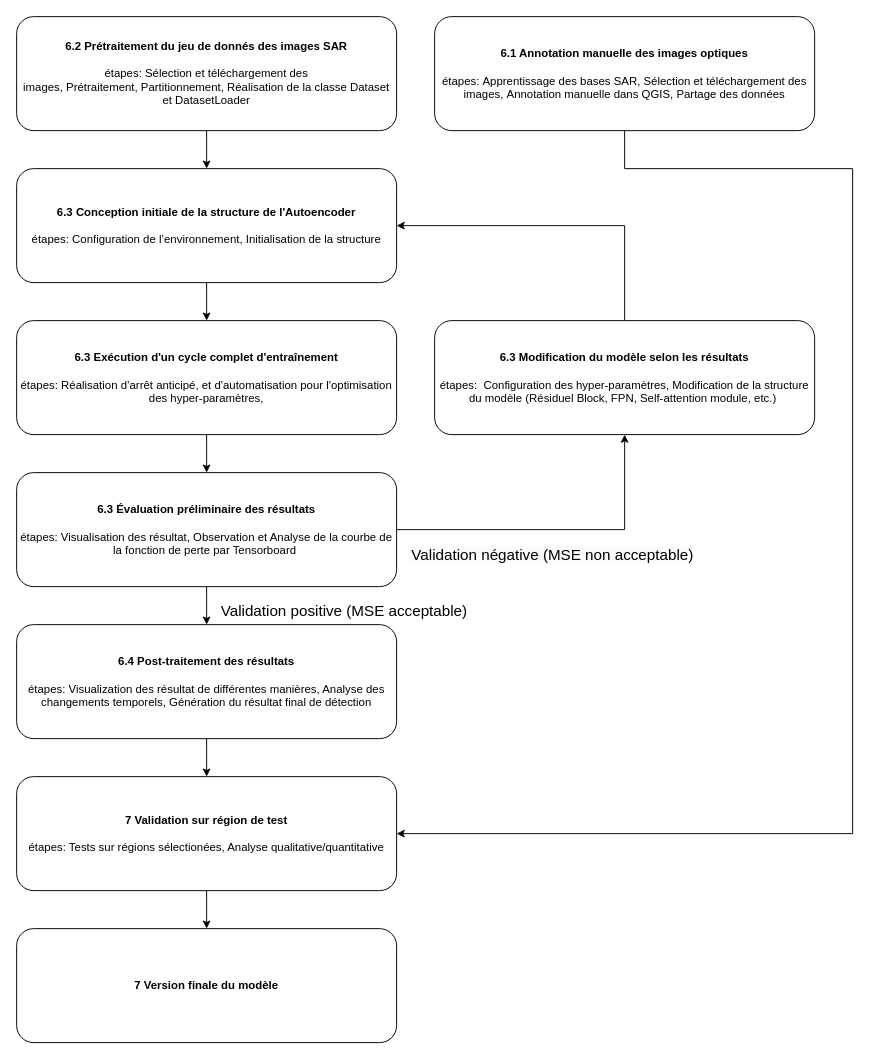
ZhangYiFan2003/SAR_Deforestation_Detection_Autoencoder keeps this draw.io diagram as report/flow_chart/flow_chart.drawio. Above is the earlier version. Source tidied: cells renumbered, new cells numbered last; positions are measured from the earlier drawing's top-left corner, leaving out a move shared by most shapes. Both pictures are drawn from the tidied source at 95%, with x=0, y=0 at pixel (16, 16).
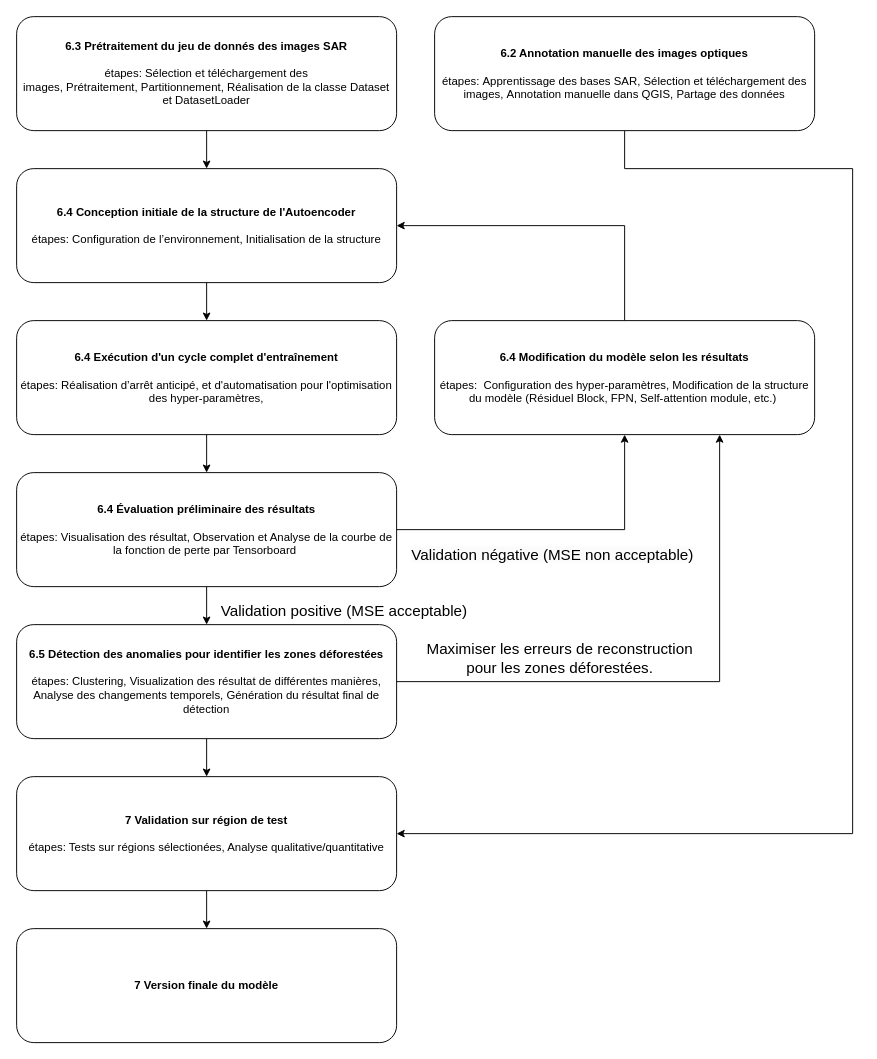
Above is the later version.

Commit message (it also covers changes not shown here):
update the evaluate function and the flow chart

Change to the diagram source:
```diff
@@
-    <mxCell id="3" value="&lt;b&gt;6.1 Annotation manuelle des images optiques&lt;/b&gt;&lt;div&gt;&lt;br&gt;&lt;/div&gt;&lt;div&gt;étapes:&amp;nbsp;Apprentissage des bases SAR,&amp;nbsp;Sélection et téléchargement des images,&amp;nbsp;Annotation manuelle dans QGIS,&amp;nbsp;Partage des données&lt;/div&gt;" style="rounded=1;whiteSpace=wrap;html=1;fontSize=12;glass=0;strokeWidth=1;shadow=0;" parent="1" vertex="1">
+    <mxCell id="3" value="&lt;b&gt;6.2 Annotation manuelle des images optiques&lt;/b&gt;&lt;div&gt;&lt;br&gt;&lt;/div&gt;&lt;div&gt;étapes:&amp;nbsp;Apprentissage des bases SAR,&amp;nbsp;Sélection et téléchargement des images,&amp;nbsp;Annotation manuelle dans QGIS,&amp;nbsp;Partage des données&lt;/div&gt;" style="rounded=1;whiteSpace=wrap;html=1;fontSize=12;glass=0;strokeWidth=1;shadow=0;" parent="1" vertex="1">
       <mxGeometry x="440" width="400" height="120" as="geometry" />
     </mxCell>
-    <mxCell id="4" value="&lt;b&gt;6.2 Prétraitement du jeu de donnés des images SAR&lt;/b&gt;&lt;div&gt;&lt;b&gt;&lt;br&gt;&lt;/b&gt;&lt;/div&gt;&lt;div&gt;étapes:&amp;nbsp;&lt;span style=&quot;background-color: transparent; color: light-dark(rgb(0, 0, 0), rgb(255, 255, 255));&quot;&gt;Sélection et téléchargement des images,&amp;nbsp;&lt;/span&gt;&lt;span style=&quot;background-color: transparent; color: light-dark(rgb(0, 0, 0), rgb(255, 255, 255));&quot;&gt;Prétraitement,&amp;nbsp;&lt;/span&gt;&lt;span style=&quot;background-color: transparent; color: light-dark(rgb(0, 0, 0), rgb(255, 255, 255));&quot;&gt;Partitionnement, Réalisation de la classe Dataset et DatasetLoader&lt;/span&gt;&lt;/div&gt;" style="rounded=1;whiteSpace=wrap;html=1;fontSize=12;glass=0;strokeWidth=1;shadow=0;" parent="1" vertex="1">
+    <mxCell id="4" value="&lt;b&gt;6.3 Prétraitement du jeu de donnés des images SAR&lt;/b&gt;&lt;div&gt;&lt;b&gt;&lt;br&gt;&lt;/b&gt;&lt;/div&gt;&lt;div&gt;étapes:&amp;nbsp;&lt;span style=&quot;background-color: transparent; color: light-dark(rgb(0, 0, 0), rgb(255, 255, 255));&quot;&gt;Sélection et téléchargement des images,&amp;nbsp;&lt;/span&gt;&lt;span style=&quot;background-color: transparent; color: light-dark(rgb(0, 0, 0), rgb(255, 255, 255));&quot;&gt;Prétraitement,&amp;nbsp;&lt;/span&gt;&lt;span style=&quot;background-color: transparent; color: light-dark(rgb(0, 0, 0), rgb(255, 255, 255));&quot;&gt;Partitionnement, Réalisation de la classe Dataset et DatasetLoader&lt;/span&gt;&lt;/div&gt;" style="rounded=1;whiteSpace=wrap;html=1;fontSize=12;glass=0;strokeWidth=1;shadow=0;" parent="1" vertex="1">
       <mxGeometry width="400" height="120" as="geometry" />
     </mxCell>
@@
-    <mxCell id="6" value="&lt;b&gt;6.3 Conception initiale de la structure de l'Autoencoder&lt;/b&gt;&lt;div&gt;&lt;b&gt;&lt;br&gt;&lt;/b&gt;&lt;/div&gt;&lt;div&gt;étapes: Configuration de l’environnement, Initialisation de la structure&lt;/div&gt;" style="rounded=1;whiteSpace=wrap;html=1;fontSize=12;glass=0;strokeWidth=1;shadow=0;" parent="1" vertex="1">
+    <mxCell id="6" value="&lt;b&gt;6.4 Conception initiale de la structure de l'Autoencoder&lt;/b&gt;&lt;div&gt;&lt;b&gt;&lt;br&gt;&lt;/b&gt;&lt;/div&gt;&lt;div&gt;étapes: Configuration de l’environnement, Initialisation de la structure&lt;/div&gt;" style="rounded=1;whiteSpace=wrap;html=1;fontSize=12;glass=0;strokeWidth=1;shadow=0;" parent="1" vertex="1">
       <mxGeometry y="160" width="400" height="120" as="geometry" />
     </mxCell>
@@
-    <mxCell id="8" value="&lt;b&gt;6.3 Exécution d'un cycle complet d'entraînement&lt;/b&gt;&lt;div&gt;&lt;b&gt;&lt;br&gt;&lt;/b&gt;&lt;/div&gt;&lt;div&gt;étapes:&amp;nbsp;&lt;span style=&quot;background-color: transparent; color: light-dark(rgb(0, 0, 0), rgb(255, 255, 255));&quot;&gt;Réalisation d’arrêt anticipé, et d'automatisation pour l'optimisation des hyper-paramètres,&lt;/span&gt;&lt;/div&gt;" style="rounded=1;whiteSpace=wrap;html=1;fontSize=12;glass=0;strokeWidth=1;shadow=0;" parent="1" vertex="1">
+    <mxCell id="8" value="&lt;b&gt;6.4 Exécution d'un cycle complet d'entraînement&lt;/b&gt;&lt;div&gt;&lt;b&gt;&lt;br&gt;&lt;/b&gt;&lt;/div&gt;&lt;div&gt;étapes:&amp;nbsp;&lt;span style=&quot;background-color: transparent; color: light-dark(rgb(0, 0, 0), rgb(255, 255, 255));&quot;&gt;Réalisation d’arrêt anticipé, et d'automatisation pour l'optimisation des hyper-paramètres,&lt;/span&gt;&lt;/div&gt;" style="rounded=1;whiteSpace=wrap;html=1;fontSize=12;glass=0;strokeWidth=1;shadow=0;" parent="1" vertex="1">
       <mxGeometry y="320" width="400" height="120" as="geometry" />
     </mxCell>
@@
-    <mxCell id="11" value="&lt;b&gt;6.3 Évaluation préliminaire des résultats&lt;/b&gt;&lt;div&gt;&lt;b&gt;&lt;br&gt;&lt;/b&gt;&lt;/div&gt;&lt;div&gt;étapes: Visualisation des résultat, Observation et Analyse de la courbe de la fonction de perte par Tensorboard&amp;nbsp;&lt;/div&gt;" style="rounded=1;whiteSpace=wrap;html=1;fontSize=12;glass=0;strokeWidth=1;shadow=0;" parent="1" vertex="1">
+    <mxCell id="11" value="&lt;b&gt;6.4 Évaluation préliminaire des résultats&lt;/b&gt;&lt;div&gt;&lt;b&gt;&lt;br&gt;&lt;/b&gt;&lt;/div&gt;&lt;div&gt;étapes: Visualisation des résultat, Observation et Analyse de la courbe de la fonction de perte par Tensorboard&amp;nbsp;&lt;/div&gt;" style="rounded=1;whiteSpace=wrap;html=1;fontSize=12;glass=0;strokeWidth=1;shadow=0;" parent="1" vertex="1">
       <mxGeometry y="480" width="400" height="120" as="geometry" />
     </mxCell>
@@
-    <mxCell id="14" value="&lt;b&gt;6.3 Modification du modèle selon les résultats&lt;/b&gt;&lt;div&gt;&lt;b&gt;&lt;br&gt;&lt;/b&gt;&lt;/div&gt;&lt;div&gt;étapes:&amp;nbsp;&amp;nbsp;&lt;span style=&quot;background-color: transparent; color: light-dark(rgb(0, 0, 0), rgb(255, 255, 255));&quot;&gt;Configuration des hyper-paramètres,&amp;nbsp;&lt;/span&gt;&lt;span style=&quot;background-color: transparent; color: light-dark(rgb(0, 0, 0), rgb(255, 255, 255));&quot;&gt;Modification de la structure du modèle (Résiduel Block, FPN, Self-attention module, etc.)&amp;nbsp;&lt;/span&gt;&lt;/div&gt;" style="rounded=1;whiteSpace=wrap;html=1;fontSize=12;glass=0;strokeWidth=1;shadow=0;" parent="1" vertex="1">
+    <mxCell id="14" value="&lt;b&gt;6.4 Modification du modèle selon les résultats&lt;/b&gt;&lt;div&gt;&lt;b&gt;&lt;br&gt;&lt;/b&gt;&lt;/div&gt;&lt;div&gt;étapes:&amp;nbsp;&amp;nbsp;&lt;span style=&quot;background-color: transparent; color: light-dark(rgb(0, 0, 0), rgb(255, 255, 255));&quot;&gt;Configuration des hyper-paramètres,&amp;nbsp;&lt;/span&gt;&lt;span style=&quot;background-color: transparent; color: light-dark(rgb(0, 0, 0), rgb(255, 255, 255));&quot;&gt;Modification de la structure du modèle (Résiduel Block, FPN, Self-attention module, etc.)&amp;nbsp;&lt;/span&gt;&lt;/div&gt;" style="rounded=1;whiteSpace=wrap;html=1;fontSize=12;glass=0;strokeWidth=1;shadow=0;" parent="1" vertex="1">
       <mxGeometry x="440" y="320" width="400" height="120" as="geometry" />
     </mxCell>
@@
-    <mxCell id="19" value="&lt;span style=&quot;color: rgb(0, 0, 0); font-family: Helvetica; font-size: 16px; font-style: normal; font-variant-ligatures: normal; font-variant-caps: normal; font-weight: 400; letter-spacing: normal; orphans: 2; text-align: center; text-indent: 0px; text-transform: none; widows: 2; word-spacing: 0px; -webkit-text-stroke-width: 0px; white-space: normal; background-color: rgb(251, 251, 251); text-decoration-thickness: initial; text-decoration-style: initial; text-decoration-color: initial; float: none; display: inline !important;&quot;&gt;Validation négative (MSE non acceptable)&lt;/span&gt;" style="text;whiteSpace=wrap;html=1;" parent="1" vertex="1">
+    <mxCell id="19" value="&lt;span style=&quot;color: rgb(0, 0, 0); font-family: Helvetica; font-size: 16px; font-style: normal; font-variant-ligatures: normal; font-variant-caps: normal; font-weight: 400; letter-spacing: normal; orphans: 2; text-align: center; text-indent: 0px; text-transform: none; widows: 2; word-spacing: 0px; -webkit-text-stroke-width: 0px; white-space: normal; background-color: rgb(251, 251, 251); text-decoration-thickness: initial; text-decoration-style: initial; text-decoration-color: initial; float: none; display: inline !important;&quot;&gt;Validation négative (MSE non acceptable)&lt;/span&gt;&lt;div&gt;&lt;br&gt;&lt;/div&gt;" style="text;whiteSpace=wrap;html=1;" parent="1" vertex="1">
       <mxGeometry x="414" y="550" width="316" height="20" as="geometry" />
     </mxCell>
@@
-    <mxCell id="21" value="&lt;b&gt;6.4 Post-traitement des résultats&lt;/b&gt;&lt;div&gt;&lt;b&gt;&lt;br&gt;&lt;/b&gt;&lt;/div&gt;&lt;div&gt;étapes: Visualization des résultat de différentes manières, Analyse des changements temporels, Génération du résultat final de détection&lt;/div&gt;" style="rounded=1;whiteSpace=wrap;html=1;fontSize=12;glass=0;strokeWidth=1;shadow=0;" parent="1" vertex="1">
+    <mxCell id="21" value="&lt;b&gt;6.5&amp;nbsp;Détection des anomalies pour identifier les zones déforestées&lt;/b&gt;&lt;div&gt;&lt;b&gt;&lt;br&gt;&lt;/b&gt;&lt;/div&gt;&lt;div&gt;étapes: Clustering, Visualization des résultat de différentes manières, Analyse des changements temporels, Génération du résultat final de détection&lt;/div&gt;" style="rounded=1;whiteSpace=wrap;html=1;fontSize=12;glass=0;strokeWidth=1;shadow=0;" parent="1" vertex="1">
       <mxGeometry y="640" width="400" height="120" as="geometry" />
     </mxCell>
+    <mxCell id="22" style="edgeStyle=orthogonalEdgeStyle;rounded=0;jettySize=auto;html=1;exitX=1;exitY=0.5;exitDx=0;exitDy=0;" parent="1" edge="1" source="21">
+      <mxGeometry relative="1" as="geometry">
+        <mxPoint x="740" y="440" as="targetPoint" />
+        <Array as="points">
+          <mxPoint x="740" y="700" />
+          <mxPoint x="740" y="442" />
+        </Array>
+      </mxGeometry>
+    </mxCell>
+    <mxCell id="23" value="&lt;font style=&quot;font-size: 16px;&quot;&gt;Maximiser les erreurs de reconstruction pour les zones déforestées.&lt;/font&gt;" style="text;html=1;align=center;verticalAlign=middle;whiteSpace=wrap;rounded=0;" parent="1" vertex="1">
+      <mxGeometry x="422" y="660" width="300" height="30" as="geometry" />
+    </mxCell>
```
